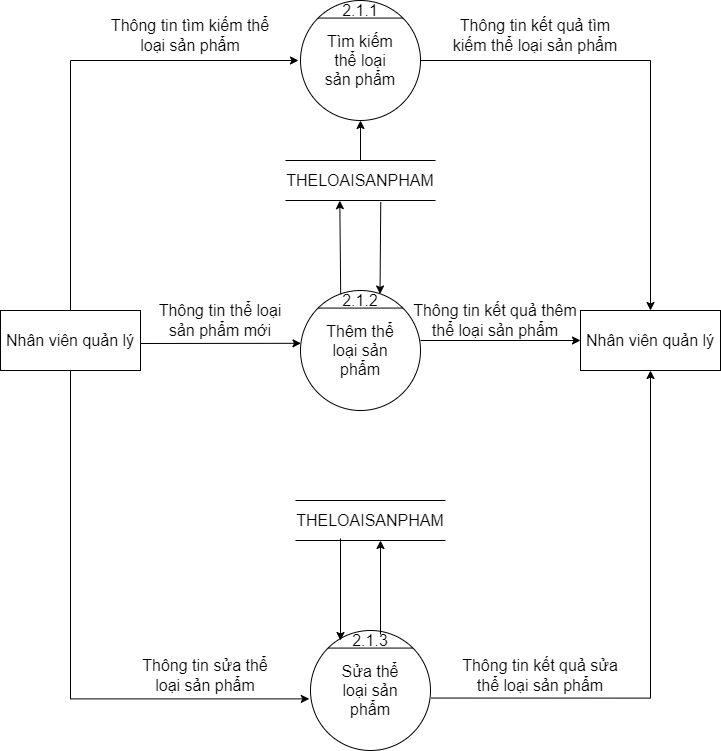
Earlier version of the draw.io export BFD&DFD/DFD_2_QLClassify.png (hungtadasuke/CoffeShop_SoftwareTechnology). Source tidied: cells renumbered, new cells last; positions are measured from the earlier drawing's top-left corner, leaving out a move shared by most shapes. The source it was exported from:
```xml
<mxGraphModel>
  <root>
    <mxCell id="0" />
    <mxCell id="1" parent="0" />
    <mxCell id="2" style="ellipse;whiteSpace=wrap;html=1;fontSize=16;" parent="1" vertex="1">
      <mxGeometry x="300" width="120" height="120" as="geometry" />
    </mxCell>
    <mxCell id="3" style="endArrow=none;html=1;rounded=0;exitX=0;exitY=0;exitDx=0;exitDy=0;entryX=1;entryY=0;entryDx=0;entryDy=0;fontSize=16;" parent="1" edge="1" source="2" target="2">
      <mxGeometry relative="1" as="geometry" />
    </mxCell>
    <mxCell id="4" value="Tìm kiếm thể loại sản phẩm" style="text;html=1;strokeColor=none;fillColor=none;align=center;verticalAlign=middle;whiteSpace=wrap;rounded=0;fontSize=16;" parent="1" vertex="1">
      <mxGeometry x="320" y="45" width="80" height="30" as="geometry" />
    </mxCell>
    <mxCell id="5" style="ellipse;whiteSpace=wrap;html=1;fontSize=16;" parent="1" vertex="1">
      <mxGeometry x="300" y="290" width="120" height="120" as="geometry" />
    </mxCell>
    <mxCell id="6" style="endArrow=none;html=1;rounded=0;exitX=0;exitY=0;exitDx=0;exitDy=0;entryX=1;entryY=0;entryDx=0;entryDy=0;fontSize=16;" parent="1" edge="1" source="5" target="5">
      <mxGeometry relative="1" as="geometry" />
    </mxCell>
    <mxCell id="7" value="&lt;font style=&quot;font-size: 16px&quot;&gt;Thêm thể loại sản phẩm&lt;/font&gt;" style="text;html=1;strokeColor=none;fillColor=none;align=center;verticalAlign=middle;whiteSpace=wrap;rounded=0;fontSize=16;" parent="1" vertex="1">
      <mxGeometry x="320" y="335" width="80" height="30" as="geometry" />
    </mxCell>
    <mxCell id="8" style="ellipse;whiteSpace=wrap;html=1;fontSize=16;" parent="1" vertex="1">
      <mxGeometry x="310" y="630" width="120" height="120" as="geometry" />
    </mxCell>
    <mxCell id="9" style="endArrow=none;html=1;rounded=0;exitX=0;exitY=0;exitDx=0;exitDy=0;entryX=1;entryY=0;entryDx=0;entryDy=0;fontSize=16;" parent="1" edge="1" source="8" target="8">
      <mxGeometry relative="1" as="geometry" />
    </mxCell>
    <mxCell id="10" value="&lt;font style=&quot;font-size: 16px&quot;&gt;Sửa thể loại sản phẩm&lt;/font&gt;" style="text;html=1;strokeColor=none;fillColor=none;align=center;verticalAlign=middle;whiteSpace=wrap;rounded=0;fontSize=16;" parent="1" vertex="1">
      <mxGeometry x="330" y="675" width="80" height="30" as="geometry" />
    </mxCell>
    <mxCell id="11" value="Nhân viên quản lý" style="rounded=0;whiteSpace=wrap;html=1;fontSize=16;" parent="1" vertex="1">
      <mxGeometry y="310" width="140" height="60" as="geometry" />
    </mxCell>
    <mxCell id="12" value="Nhân viên quản lý" style="rounded=0;whiteSpace=wrap;html=1;fontSize=16;" parent="1" vertex="1">
      <mxGeometry x="580" y="310" width="140" height="60" as="geometry" />
    </mxCell>
    <mxCell id="13" value="&lt;font style=&quot;font-size: 16px&quot;&gt;2.1.1&lt;/font&gt;" style="text;html=1;strokeColor=none;fillColor=none;align=center;verticalAlign=middle;whiteSpace=wrap;rounded=0;" parent="1" vertex="1">
      <mxGeometry x="330" width="60" height="20" as="geometry" />
    </mxCell>
    <mxCell id="14" value="&lt;font style=&quot;font-size: 16px&quot;&gt;2.1.2&lt;/font&gt;" style="text;html=1;strokeColor=none;fillColor=none;align=center;verticalAlign=middle;whiteSpace=wrap;rounded=0;" parent="1" vertex="1">
      <mxGeometry x="340" y="290" width="40" height="20" as="geometry" />
    </mxCell>
    <mxCell id="15" value="&lt;font style=&quot;font-size: 16px&quot;&gt;2.1.3&lt;/font&gt;" style="text;html=1;strokeColor=none;fillColor=none;align=center;verticalAlign=middle;whiteSpace=wrap;rounded=0;" parent="1" vertex="1">
      <mxGeometry x="340" y="630" width="60" height="20" as="geometry" />
    </mxCell>
    <mxCell id="16" style="edgeStyle=segmentEdgeStyle;endArrow=classic;html=1;rounded=0;fontSize=16;exitX=0.5;exitY=0;exitDx=0;exitDy=0;" parent="1" edge="1" source="11">
      <mxGeometry relative="1" as="geometry">
        <mxPoint x="298" y="60" as="targetPoint" />
        <Array as="points">
          <mxPoint x="70" y="60" />
          <mxPoint x="298" y="60" />
        </Array>
      </mxGeometry>
    </mxCell>
    <mxCell id="17" style="endArrow=classic;html=1;rounded=0;fontSize=16;entryX=0.004;entryY=0.44;entryDx=0;entryDy=0;entryPerimeter=0;" parent="1" edge="1" target="5">
      <mxGeometry relative="1" as="geometry">
        <mxPoint x="140" y="343" as="sourcePoint" />
      </mxGeometry>
    </mxCell>
    <mxCell id="18" style="edgeStyle=segmentEdgeStyle;endArrow=classic;html=1;rounded=0;fontSize=16;exitX=0.5;exitY=1;exitDx=0;exitDy=0;entryX=-0.01;entryY=0.57;entryDx=0;entryDy=0;entryPerimeter=0;" parent="1" edge="1" source="11" target="8">
      <mxGeometry relative="1" as="geometry">
        <Array as="points">
          <mxPoint x="70" y="698" />
        </Array>
      </mxGeometry>
    </mxCell>
    <mxCell id="19" style="edgeStyle=segmentEdgeStyle;endArrow=classic;html=1;rounded=0;fontSize=16;exitX=1;exitY=0.5;exitDx=0;exitDy=0;entryX=0.5;entryY=0;entryDx=0;entryDy=0;" parent="1" edge="1" source="2" target="12">
      <mxGeometry relative="1" as="geometry">
        <Array as="points">
          <mxPoint x="650" y="60" />
        </Array>
      </mxGeometry>
    </mxCell>
    <mxCell id="20" style="endArrow=classic;html=1;rounded=0;fontSize=16;entryX=0;entryY=0.5;entryDx=0;entryDy=0;" parent="1" edge="1" target="12">
      <mxGeometry relative="1" as="geometry">
        <mxPoint x="420" y="340" as="sourcePoint" />
      </mxGeometry>
    </mxCell>
    <mxCell id="21" style="edgeStyle=segmentEdgeStyle;endArrow=classic;html=1;rounded=0;fontSize=16;exitX=1.007;exitY=0.563;exitDx=0;exitDy=0;exitPerimeter=0;entryX=0.5;entryY=1;entryDx=0;entryDy=0;" parent="1" edge="1" source="8" target="12">
      <mxGeometry relative="1" as="geometry" />
    </mxCell>
    <mxCell id="22" value="THELOAISANPHAM" style="shape=partialRectangle;whiteSpace=wrap;html=1;left=0;right=0;fillColor=none;fontSize=16;" parent="1" vertex="1">
      <mxGeometry x="285" y="160" width="150" height="40" as="geometry" />
    </mxCell>
    <mxCell id="23" value="Thông tin tìm kiếm thể loại sản phẩm" style="text;html=1;strokeColor=none;fillColor=none;align=center;verticalAlign=middle;whiteSpace=wrap;rounded=0;fontSize=16;" parent="1" vertex="1">
      <mxGeometry x="105" y="20" width="170" height="30" as="geometry" />
    </mxCell>
    <mxCell id="24" value="Thông tin kết quả tìm kiếm thể loại sản phẩm" style="text;html=1;strokeColor=none;fillColor=none;align=center;verticalAlign=middle;whiteSpace=wrap;rounded=0;fontSize=16;" parent="1" vertex="1">
      <mxGeometry x="450" y="20" width="170" height="30" as="geometry" />
    </mxCell>
    <mxCell id="25" value="THELOAISANPHAM" style="shape=partialRectangle;whiteSpace=wrap;html=1;left=0;right=0;fillColor=none;fontSize=16;" parent="1" vertex="1">
      <mxGeometry x="295" y="500" width="150" height="40" as="geometry" />
    </mxCell>
    <mxCell id="26" style="endArrow=classic;html=1;rounded=0;fontSize=16;entryX=0.5;entryY=1;entryDx=0;entryDy=0;exitX=0.5;exitY=0;exitDx=0;exitDy=0;" parent="1" edge="1" source="22" target="2">
      <mxGeometry relative="1" as="geometry" />
    </mxCell>
    <mxCell id="27" style="endArrow=classic;html=1;rounded=0;fontSize=16;exitX=0.005;exitY=0.185;exitDx=0;exitDy=0;exitPerimeter=0;entryX=0.362;entryY=1.004;entryDx=0;entryDy=0;entryPerimeter=0;" parent="1" edge="1" source="14" target="22">
      <mxGeometry relative="1" as="geometry" />
    </mxCell>
    <mxCell id="28" style="endArrow=classic;html=1;rounded=0;fontSize=16;exitX=0.635;exitY=1.037;exitDx=0;exitDy=0;exitPerimeter=0;entryX=0.988;entryY=0.176;entryDx=0;entryDy=0;entryPerimeter=0;" parent="1" edge="1" source="22" target="14">
      <mxGeometry relative="1" as="geometry" />
    </mxCell>
    <mxCell id="29" style="endArrow=classic;html=1;rounded=0;fontSize=16;entryX=0.362;entryY=1.004;entryDx=0;entryDy=0;entryPerimeter=0;" parent="1" edge="1">
      <mxGeometry relative="1" as="geometry">
        <mxPoint x="380" y="634" as="sourcePoint" />
        <mxPoint x="380" y="540" as="targetPoint" />
      </mxGeometry>
    </mxCell>
    <mxCell id="30" style="endArrow=classic;html=1;rounded=0;fontSize=16;entryX=0;entryY=0.5;entryDx=0;entryDy=0;" parent="1" edge="1" target="15">
      <mxGeometry relative="1" as="geometry">
        <mxPoint x="340" y="538" as="sourcePoint" />
      </mxGeometry>
    </mxCell>
    <mxCell id="31" value="Thông tin thể loại sản phẩm mới" style="text;html=1;strokeColor=none;fillColor=none;align=center;verticalAlign=middle;whiteSpace=wrap;rounded=0;fontSize=16;" parent="1" vertex="1">
      <mxGeometry x="155" y="305" width="130" height="30" as="geometry" />
    </mxCell>
    <mxCell id="32" value="Thông tin kết quả thêm thể loại sản phẩm" style="text;html=1;strokeColor=none;fillColor=none;align=center;verticalAlign=middle;whiteSpace=wrap;rounded=0;fontSize=16;" parent="1" vertex="1">
      <mxGeometry x="410" y="300" width="170" height="40" as="geometry" />
    </mxCell>
    <mxCell id="33" style="edgeStyle=orthogonalEdgeStyle;rounded=0;orthogonalLoop=1;jettySize=auto;html=1;exitX=0.5;exitY=1;exitDx=0;exitDy=0;fontSize=16;" parent="1" edge="1" source="32" target="32">
      <mxGeometry relative="1" as="geometry" />
    </mxCell>
    <mxCell id="34" value="Thông tin sửa thể loại sản phẩm" style="text;html=1;strokeColor=none;fillColor=none;align=center;verticalAlign=middle;whiteSpace=wrap;rounded=0;fontSize=16;" parent="1" vertex="1">
      <mxGeometry x="140" y="660" width="130" height="30" as="geometry" />
    </mxCell>
    <mxCell id="35" value="Thông tin kết quả sửa thể loại sản phẩm" style="text;html=1;strokeColor=none;fillColor=none;align=center;verticalAlign=middle;whiteSpace=wrap;rounded=0;fontSize=16;" parent="1" vertex="1">
      <mxGeometry x="450" y="655" width="180" height="40" as="geometry" />
    </mxCell>
  </root>
</mxGraphModel>
```
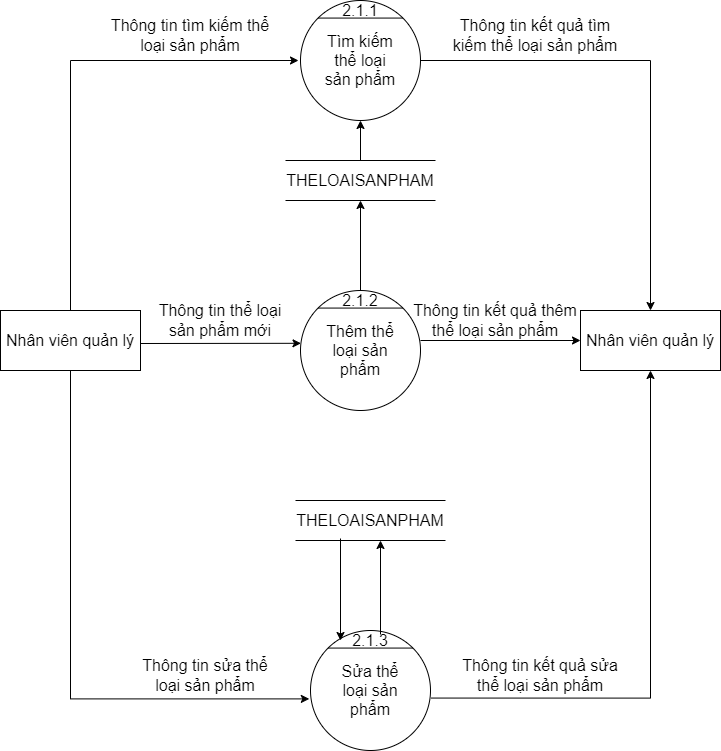
Above is the later version.

Change to the diagram source:
```diff
@@ -95,12 +95,9 @@
     <mxCell id="26" style="endArrow=classic;html=1;rounded=0;fontSize=16;entryX=0.5;entryY=1;entryDx=0;entryDy=0;exitX=0.5;exitY=0;exitDx=0;exitDy=0;" parent="1" edge="1" source="22" target="2">
       <mxGeometry relative="1" as="geometry" />
     </mxCell>
-    <mxCell id="27" style="endArrow=classic;html=1;rounded=0;fontSize=16;exitX=0.005;exitY=0.185;exitDx=0;exitDy=0;exitPerimeter=0;entryX=0.362;entryY=1.004;entryDx=0;entryDy=0;entryPerimeter=0;" parent="1" edge="1" source="14" target="22">
+    <mxCell id="27" style="endArrow=classic;html=1;rounded=0;fontSize=16;exitX=0.5;exitY=0;exitDx=0;exitDy=0;entryX=0.5;entryY=1;entryDx=0;entryDy=0;" parent="1" edge="1" source="14" target="22">
       <mxGeometry relative="1" as="geometry" />
     </mxCell>
-    <mxCell id="28" style="endArrow=classic;html=1;rounded=0;fontSize=16;exitX=0.635;exitY=1.037;exitDx=0;exitDy=0;exitPerimeter=0;entryX=0.988;entryY=0.176;entryDx=0;entryDy=0;entryPerimeter=0;" parent="1" edge="1" source="22" target="14">
-      <mxGeometry relative="1" as="geometry" />
-    </mxCell>
     <mxCell id="29" style="endArrow=classic;html=1;rounded=0;fontSize=16;entryX=0.362;entryY=1.004;entryDx=0;entryDy=0;entryPerimeter=0;" parent="1" edge="1">
       <mxGeometry relative="1" as="geometry">
         <mxPoint x="380" y="634" as="sourcePoint" />
```
